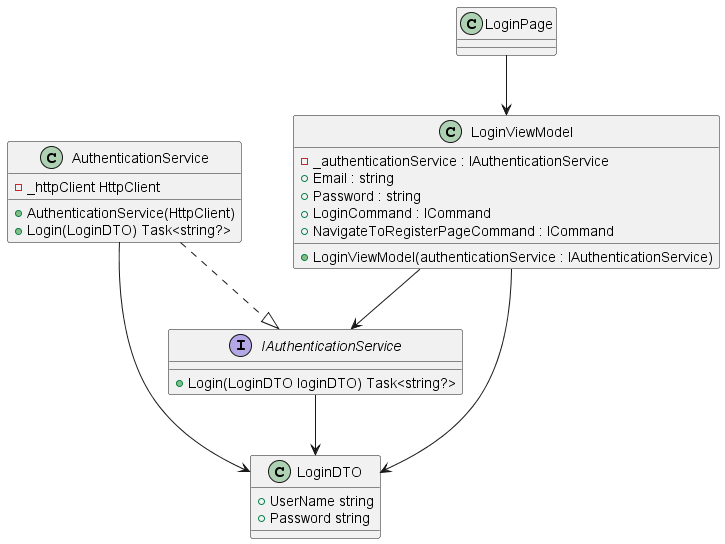
a-chiha/FinanceTrackerBackend keeps this PlantUML diagram as diagrams/out/maui/login/login.png. Above is the earlier version.
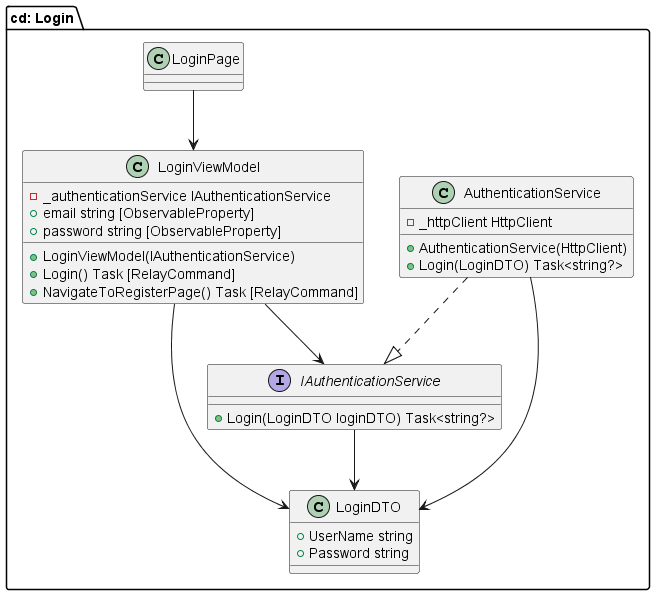
After the change.

Change to the diagram source:
```diff
@@ -1,4 +1,5 @@
 @startuml
+package "cd: Login" {
 
 
 interface IAuthenticationService {
@@ -17,12 +18,12 @@
 }
 
 class LoginViewModel {
-    - _authenticationService : IAuthenticationService
-    + LoginViewModel(authenticationService : IAuthenticationService)
-    + Email : string
-    + Password : string
-    + LoginCommand : ICommand
-    + NavigateToRegisterPageCommand : ICommand
+    - _authenticationService IAuthenticationService
+    + LoginViewModel(IAuthenticationService)
+    + email string [ObservableProperty]
+    + password string [ObservableProperty]
+    + Login() Task [RelayCommand]
+    + NavigateToRegisterPage() Task [RelayCommand]
 }
 
 class LoginPage {
```
